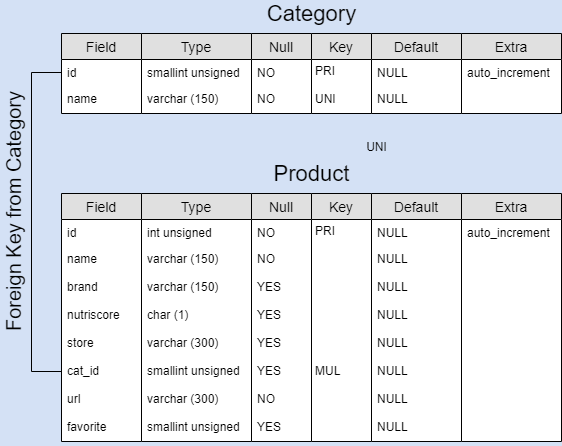
Earlier version of the draw.io export physic_data_model.png (Tony380/Projet5). Source tidied: cells renumbered, new cells last; positions are measured from the earlier drawing's top-left corner, leaving out a move shared by most shapes.
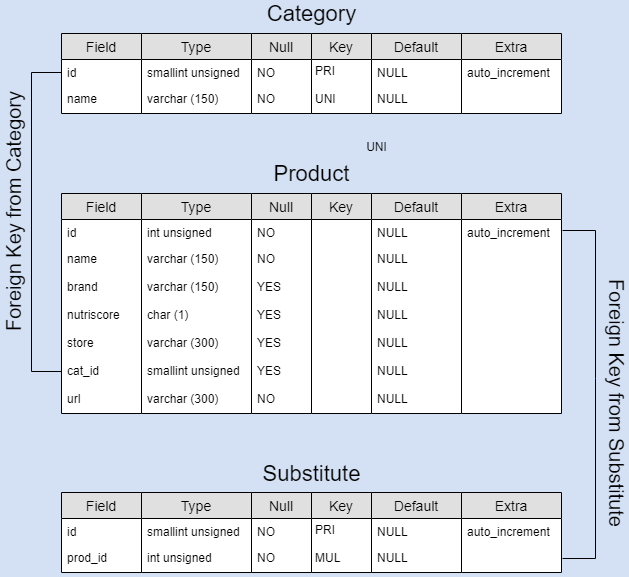
Above is the later version.

Commit message:
Update database and physic data model

The edit, as a diff of the source:
```diff
@@ -41,13 +41,10 @@
       <mxGeometry y="52" width="110" height="28" as="geometry" />
     </mxCell>
     <mxCell id="13" value="Key" style="swimlane;fontStyle=0;horizontal=1;startSize=26;fillColor=#e0e0e0;swimlaneFillColor=#ffffff;align=center;fontSize=14;" parent="1" vertex="1">
-      <mxGeometry x="424" y="190" width="60" height="248" as="geometry" />
+      <mxGeometry x="424" y="190" width="60" height="220" as="geometry" />
     </mxCell>
-    <mxCell id="14" value="PRI&#10;&#10;&#10;&#10;&#10;&#10;&#10;&#10;&#10;&#10;MUL" style="text;strokeColor=none;fillColor=none;spacingLeft=4;spacingRight=4;overflow=hidden;fontSize=12;spacing=0;" parent="13" vertex="1">
-      <mxGeometry y="26" width="60" height="222" as="geometry" />
-    </mxCell>
     <mxCell id="15" value="Null" style="swimlane;fontStyle=0;horizontal=1;startSize=26;fillColor=#e0e0e0;swimlaneFillColor=#ffffff;align=center;fontSize=14;" parent="1" vertex="1">
-      <mxGeometry x="364" y="190" width="60" height="248" as="geometry" />
+      <mxGeometry x="364" y="190" width="60" height="220" as="geometry" />
     </mxCell>
     <mxCell id="16" value="NO" style="text;strokeColor=none;fillColor=none;spacingLeft=4;spacingRight=4;overflow=hidden;fontSize=12;" parent="15" vertex="1">
       <mxGeometry y="26" width="60" height="26" as="geometry" />
@@ -70,11 +67,8 @@
     <mxCell id="22" value="NO" style="text;strokeColor=none;fillColor=none;spacingLeft=4;spacingRight=4;overflow=hidden;fontSize=12;" parent="15" vertex="1">
       <mxGeometry y="192" width="60" height="28" as="geometry" />
     </mxCell>
-    <mxCell id="23" value="YES" style="text;strokeColor=none;fillColor=none;spacingLeft=4;spacingRight=4;overflow=hidden;fontSize=12;" parent="15" vertex="1">
-      <mxGeometry y="220" width="60" height="28" as="geometry" />
-    </mxCell>
     <mxCell id="24" value="Type" style="swimlane;fontStyle=0;horizontal=1;startSize=26;fillColor=#e0e0e0;swimlaneFillColor=#ffffff;align=center;fontSize=14;" parent="1" vertex="1">
-      <mxGeometry x="254" y="190" width="110" height="248" as="geometry" />
+      <mxGeometry x="254" y="190" width="110" height="220" as="geometry" />
     </mxCell>
     <mxCell id="25" value="int unsigned" style="text;strokeColor=none;fillColor=none;spacingLeft=4;spacingRight=4;overflow=hidden;fontSize=12;" parent="24" vertex="1">
       <mxGeometry y="26" width="110" height="26" as="geometry" />
@@ -97,9 +91,6 @@
     <mxCell id="31" value="varchar (300)" style="text;strokeColor=none;fillColor=none;spacingLeft=4;spacingRight=4;overflow=hidden;fontSize=12;" parent="24" vertex="1">
       <mxGeometry y="192" width="110" height="28" as="geometry" />
     </mxCell>
-    <mxCell id="32" value="smallint unsigned" style="text;strokeColor=none;fillColor=none;spacingLeft=4;spacingRight=4;overflow=hidden;fontSize=12;" parent="24" vertex="1">
-      <mxGeometry y="220" width="110" height="28" as="geometry" />
-    </mxCell>
     <mxCell id="33" value="Extra" style="swimlane;fontStyle=0;horizontal=1;startSize=26;fillColor=#e0e0e0;swimlaneFillColor=#ffffff;align=center;fontSize=14;" parent="1" vertex="1">
       <mxGeometry x="574" y="30" width="100" height="80" as="geometry" />
     </mxCell>
@@ -116,7 +107,7 @@
       <mxGeometry y="52" width="90" height="28" as="geometry" />
     </mxCell>
     <mxCell id="38" value="Default" style="swimlane;fontStyle=0;horizontal=1;startSize=26;fillColor=#e0e0e0;swimlaneFillColor=#ffffff;align=center;fontSize=14;" parent="1" vertex="1">
-      <mxGeometry x="484" y="190" width="90" height="248" as="geometry" />
+      <mxGeometry x="484" y="190" width="90" height="220" as="geometry" />
     </mxCell>
     <mxCell id="39" value="NULL" style="text;strokeColor=none;fillColor=none;spacingLeft=4;spacingRight=4;overflow=hidden;fontSize=12;" parent="38" vertex="1">
       <mxGeometry y="26" width="90" height="26" as="geometry" />
@@ -139,14 +130,11 @@
     <mxCell id="45" value="NULL" style="text;strokeColor=none;fillColor=none;spacingLeft=4;spacingRight=4;overflow=hidden;fontSize=12;" parent="38" vertex="1">
       <mxGeometry y="192" width="90" height="28" as="geometry" />
     </mxCell>
-    <mxCell id="46" value="NULL" style="text;strokeColor=none;fillColor=none;spacingLeft=4;spacingRight=4;overflow=hidden;fontSize=12;" parent="38" vertex="1">
-      <mxGeometry y="220" width="90" height="28" as="geometry" />
-    </mxCell>
     <mxCell id="47" value="Extra" style="swimlane;fontStyle=0;horizontal=1;startSize=26;fillColor=#e0e0e0;swimlaneFillColor=#ffffff;align=center;fontSize=14;" parent="1" vertex="1">
-      <mxGeometry x="574" y="190" width="100" height="248" as="geometry" />
+      <mxGeometry x="574" y="190" width="100" height="220" as="geometry" />
     </mxCell>
     <mxCell id="48" value="auto_increment" style="text;strokeColor=none;fillColor=none;spacingLeft=4;spacingRight=4;overflow=hidden;fontSize=12;" parent="47" vertex="1">
-      <mxGeometry y="26" width="100" height="222" as="geometry" />
+      <mxGeometry y="26" width="100" height="194" as="geometry" />
     </mxCell>
     <mxCell id="49" value="&lt;font style=&quot;font-size: 20px&quot;&gt;Foreign Key from Category&lt;/font&gt;" style="text;html=1;align=center;verticalAlign=middle;direction=south;rotation=270;" parent="1" vertex="1">
       <mxGeometry y="198" width="250" height="21" as="geometry" />
@@ -164,7 +152,7 @@
       <mxGeometry y="52" width="80" height="28" as="geometry" />
     </mxCell>
     <mxCell id="54" value="Field" style="swimlane;fontStyle=0;horizontal=1;startSize=26;fillColor=#e0e0e0;swimlaneFillColor=#ffffff;align=center;fontSize=14;" parent="1" vertex="1">
-      <mxGeometry x="174" y="190" width="80" height="248" as="geometry" />
+      <mxGeometry x="174" y="190" width="80" height="220" as="geometry" />
     </mxCell>
     <mxCell id="55" value="id" style="text;strokeColor=none;fillColor=none;spacingLeft=4;spacingRight=4;overflow=hidden;fontSize=12;" parent="54" vertex="1">
       <mxGeometry y="26" width="80" height="26" as="geometry" />
@@ -187,8 +175,69 @@
     <mxCell id="61" value="url" style="text;strokeColor=none;fillColor=none;spacingLeft=4;spacingRight=4;overflow=hidden;fontSize=12;" parent="54" vertex="1">
       <mxGeometry y="192" width="80" height="28" as="geometry" />
     </mxCell>
-    <mxCell id="62" value="favorite" style="text;strokeColor=none;fillColor=none;spacingLeft=4;spacingRight=4;overflow=hidden;fontSize=12;" parent="54" vertex="1">
-      <mxGeometry y="220" width="80" height="28" as="geometry" />
-    </mxCell>
+    <mxCell id="63" value="&lt;font style=&quot;font-size: 22px&quot;&gt;Substitute&lt;/font&gt;" style="text;html=1;align=center;verticalAlign=middle;" parent="1" vertex="1">
+      <mxGeometry x="370" y="459" width="108" height="21" as="geometry" />
+    </mxCell>
+    <mxCell id="64" value="Key" style="swimlane;fontStyle=0;horizontal=1;startSize=26;fillColor=#e0e0e0;swimlaneFillColor=#ffffff;align=center;fontSize=14;" parent="1" vertex="1">
+      <mxGeometry x="424" y="489" width="60" height="80" as="geometry" />
+    </mxCell>
+    <mxCell id="14" value="PRI&#10;&#10;MUL" style="text;strokeColor=none;fillColor=none;spacingLeft=4;spacingRight=4;overflow=hidden;fontSize=12;spacing=0;" parent="64" vertex="1">
+      <mxGeometry y="26" width="60" height="54" as="geometry" />
+    </mxCell>
+    <mxCell id="65" value="Null" style="swimlane;fontStyle=0;horizontal=1;startSize=26;fillColor=#e0e0e0;swimlaneFillColor=#ffffff;align=center;fontSize=14;" parent="1" vertex="1">
+      <mxGeometry x="364" y="489" width="60" height="80" as="geometry" />
+    </mxCell>
+    <mxCell id="66" value="NO" style="text;strokeColor=none;fillColor=none;spacingLeft=4;spacingRight=4;overflow=hidden;fontSize=12;" parent="65" vertex="1">
+      <mxGeometry y="26" width="60" height="26" as="geometry" />
+    </mxCell>
+    <mxCell id="67" value="NO" style="text;strokeColor=none;fillColor=none;spacingLeft=4;spacingRight=4;overflow=hidden;fontSize=12;" parent="65" vertex="1">
+      <mxGeometry y="52" width="60" height="28" as="geometry" />
+    </mxCell>
+    <mxCell id="68" value="Type" style="swimlane;fontStyle=0;horizontal=1;startSize=26;fillColor=#e0e0e0;swimlaneFillColor=#ffffff;align=center;fontSize=14;" parent="1" vertex="1">
+      <mxGeometry x="254" y="489" width="110" height="80" as="geometry" />
+    </mxCell>
+    <mxCell id="32" value="smallint unsigned" style="text;strokeColor=none;fillColor=none;spacingLeft=4;spacingRight=4;overflow=hidden;fontSize=12;" parent="68" vertex="1">
+      <mxGeometry y="26" width="110" height="26" as="geometry" />
+    </mxCell>
+    <mxCell id="69" value="int unsigned" style="text;strokeColor=none;fillColor=none;spacingLeft=4;spacingRight=4;overflow=hidden;fontSize=12;" parent="68" vertex="1">
+      <mxGeometry y="52" width="110" height="28" as="geometry" />
+    </mxCell>
+    <mxCell id="70" value="Extra" style="swimlane;fontStyle=0;horizontal=1;startSize=26;fillColor=#e0e0e0;swimlaneFillColor=#ffffff;align=center;fontSize=14;" parent="1" vertex="1">
+      <mxGeometry x="574" y="489" width="100" height="80" as="geometry" />
+    </mxCell>
+    <mxCell id="71" value="auto_increment" style="text;strokeColor=none;fillColor=none;spacingLeft=4;spacingRight=4;overflow=hidden;points=[[0,0.5],[1,0.5]];portConstraint=eastwest;fontSize=12;" parent="70" vertex="1">
+      <mxGeometry y="26" width="100" height="54" as="geometry" />
+    </mxCell>
+    <mxCell id="72" value="Default" style="swimlane;fontStyle=0;horizontal=1;startSize=26;fillColor=#e0e0e0;swimlaneFillColor=#ffffff;align=center;fontSize=14;" parent="1" vertex="1">
+      <mxGeometry x="484" y="489" width="90" height="80" as="geometry" />
+    </mxCell>
+    <mxCell id="73" value="NULL" style="text;strokeColor=none;fillColor=none;spacingLeft=4;spacingRight=4;overflow=hidden;fontSize=12;" parent="72" vertex="1">
+      <mxGeometry y="26" width="90" height="26" as="geometry" />
+    </mxCell>
+    <mxCell id="74" value="NULL" style="text;strokeColor=none;fillColor=none;spacingLeft=4;spacingRight=4;overflow=hidden;fontSize=12;" parent="72" vertex="1">
+      <mxGeometry y="52" width="90" height="28" as="geometry" />
+    </mxCell>
+    <mxCell id="75" value="Field" style="swimlane;fontStyle=0;horizontal=1;startSize=26;fillColor=#e0e0e0;swimlaneFillColor=#ffffff;align=center;fontSize=14;" parent="1" vertex="1">
+      <mxGeometry x="174" y="489" width="80" height="80" as="geometry" />
+    </mxCell>
+    <mxCell id="76" value="id" style="text;strokeColor=none;fillColor=none;spacingLeft=4;spacingRight=4;overflow=hidden;fontSize=12;" parent="75" vertex="1">
+      <mxGeometry y="26" width="80" height="26" as="geometry" />
+    </mxCell>
+    <mxCell id="77" value="prod_id" style="text;strokeColor=none;fillColor=none;spacingLeft=4;spacingRight=4;overflow=hidden;fontSize=12;" parent="75" vertex="1">
+      <mxGeometry y="52" width="80" height="28" as="geometry" />
+    </mxCell>
+    <mxCell id="78" style="endArrow=none;html=1;rounded=0;exitX=1.01;exitY=0.741;exitDx=0;exitDy=0;exitPerimeter=0;" parent="1" edge="1" source="71">
+      <mxGeometry relative="1" as="geometry">
+        <mxPoint x="675" y="227" as="targetPoint" />
+        <Array as="points">
+          <mxPoint x="708" y="555" />
+          <mxPoint x="708" y="375" />
+          <mxPoint x="708" y="227" />
+        </Array>
+      </mxGeometry>
+    </mxCell>
+    <mxCell id="79" value="&lt;span style=&quot;font-size: 20px&quot;&gt;Foreign Key from Substitute&lt;/span&gt;" style="text;html=1;align=center;verticalAlign=middle;rotation=90;" parent="1" vertex="1">
+      <mxGeometry x="601" y="389" width="258" height="21" as="geometry" />
+    </mxCell>
   </root>
 </mxGraphModel>
```
